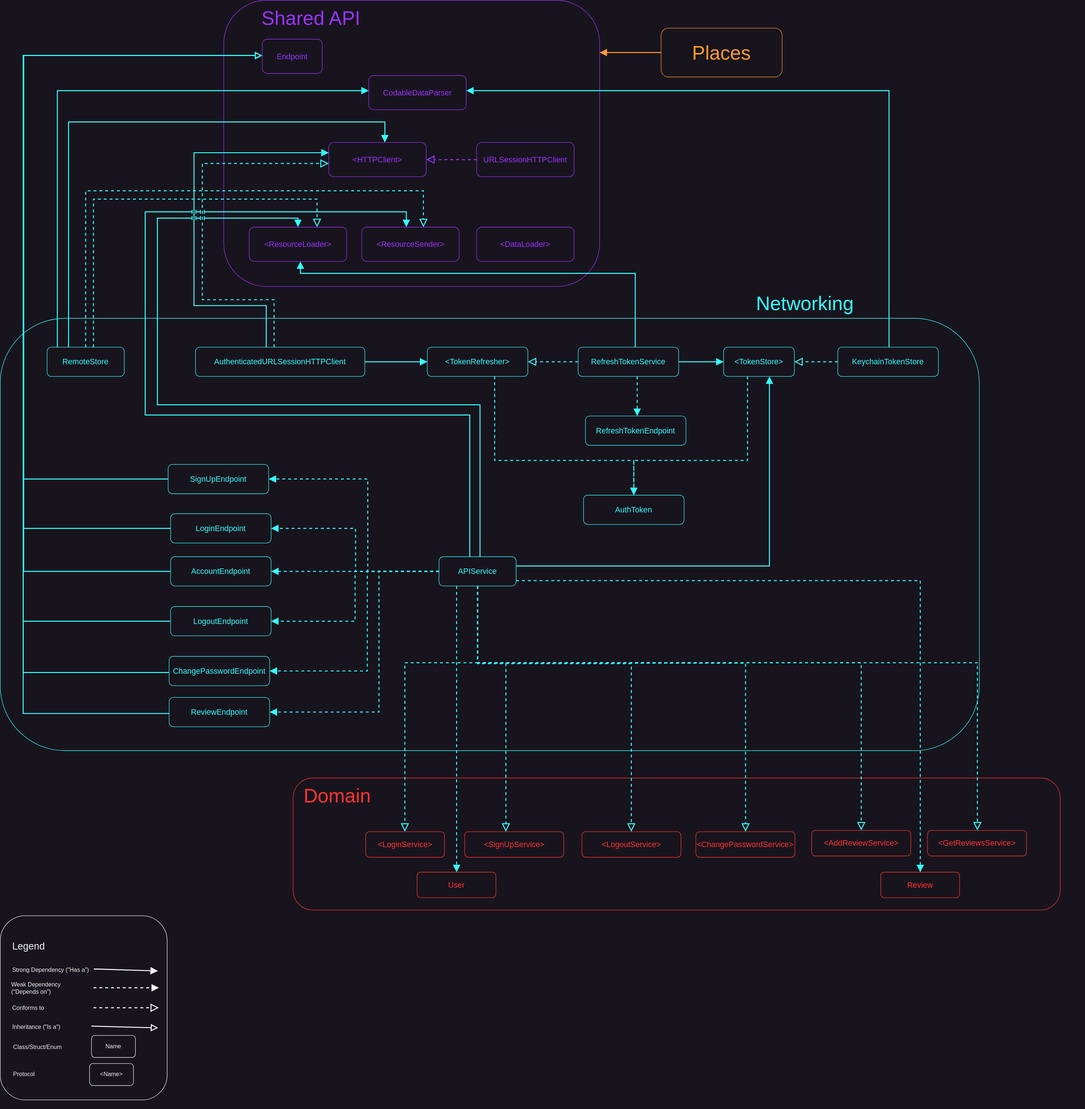
Earlier version of the draw.io export Diagrams/Networking.svg (marian-stanciulica/Foodybite). Source tidied: cells renumbered, new cells last; positions are measured from the earlier drawing's top-left corner, leaving out a move shared by most shapes.
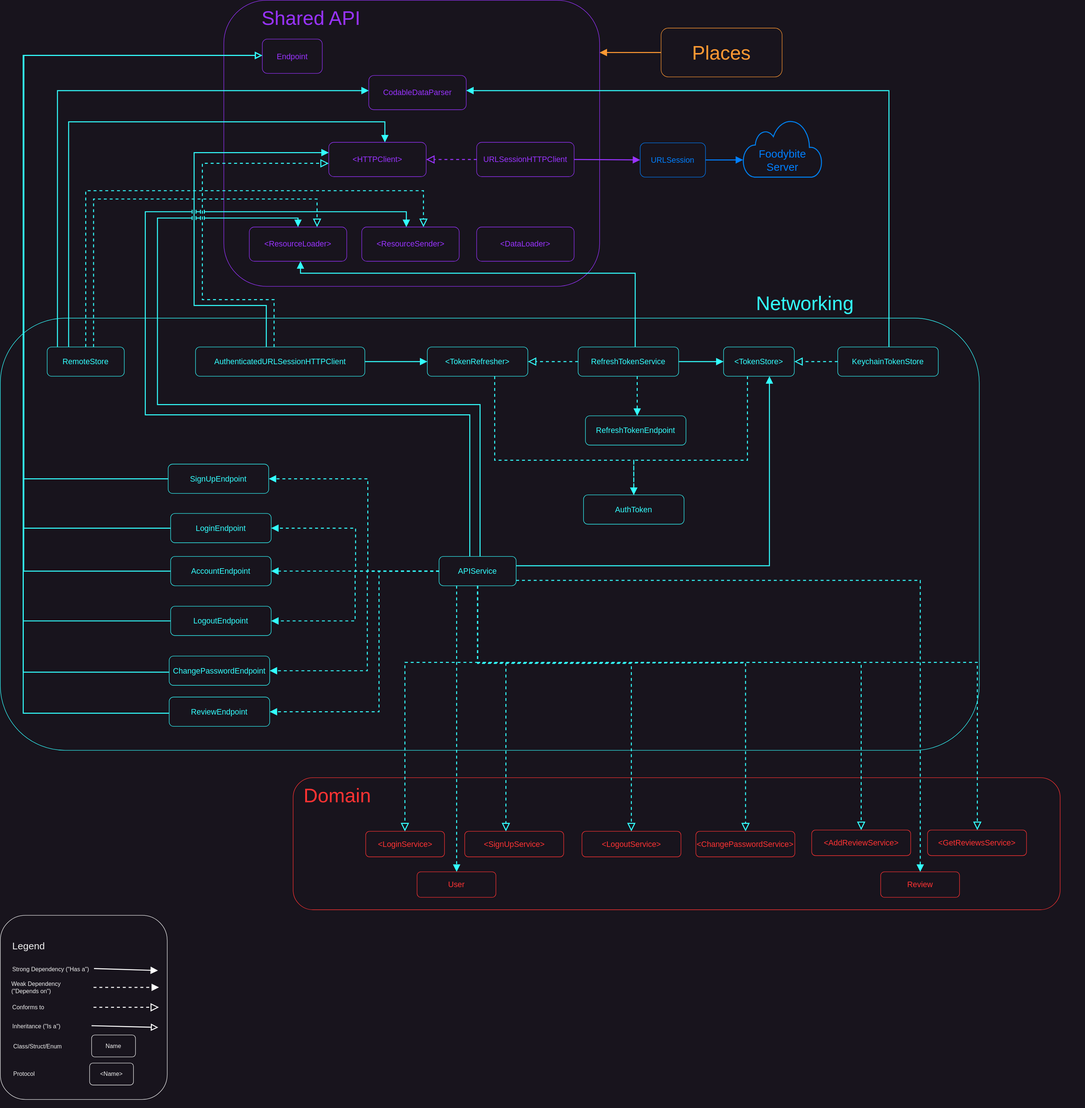
After the commit.

Commit message:
Updated diagrams for netwotking and places

The edit, as a diff of the source:
```diff
@@ -467,5 +467,22 @@
         <mxPoint x="325.1" y="147.5" as="targetPoint" />
       </mxGeometry>
     </mxCell>
+    <mxCell id="96" style="html=1;verticalLabelPosition=bottom;align=center;labelBackgroundColor=#ffffff;verticalAlign=top;strokeWidth=2;strokeColor=#0080F0;shadow=0;dashed=0;shape=mxgraph.ios7.icons.cloud;fontFamily=Helvetica;fontSize=11;fontColor=#FF8000;" parent="1" vertex="1">
+      <mxGeometry x="1522" y="244.2" width="162" height="118" as="geometry" />
+    </mxCell>
+    <mxCell id="97" style="edgeStyle=orthogonalEdgeStyle;shape=connector;rounded=0;jumpStyle=line;jettySize=auto;html=1;labelBackgroundColor=default;strokeColor=#007FFF;strokeWidth=2;fontFamily=Helvetica;fontSize=11;fontColor=#007FFF;endArrow=block;endFill=1;endSize=10;fillColor=#f0a30a;" parent="1" edge="1" source="98">
+      <mxGeometry relative="1" as="geometry">
+        <mxPoint x="1522" y="327" as="targetPoint" />
+      </mxGeometry>
+    </mxCell>
+    <mxCell id="98" value="URLSession" style="rounded=1;whiteSpace=wrap;html=1;fontSize=16;fontColor=#007FFF;strokeColor=#007FFF;" parent="1" vertex="1">
+      <mxGeometry x="1311.2" y="292" width="133.8" height="70.2" as="geometry" />
+    </mxCell>
+    <mxCell id="99" style="edgeStyle=orthogonalEdgeStyle;shape=connector;rounded=0;jumpStyle=line;jettySize=auto;html=1;labelBackgroundColor=default;strokeColor=#9933FF;strokeWidth=2;fontFamily=Helvetica;fontSize=11;fontColor=#FF8000;endArrow=block;endFill=1;endSize=10;fillColor=#f0a30a;" parent="1" edge="1" source="20" target="98">
+      <mxGeometry relative="1" as="geometry" />
+    </mxCell>
+    <mxCell id="100" value="Foodybite&lt;br style=&quot;font-size: 22px;&quot;&gt;Server" style="text;html=1;strokeColor=none;fillColor=none;align=center;verticalAlign=middle;whiteSpace=wrap;rounded=0;fontSize=22;fontFamily=Helvetica;fontColor=#007FFF;" parent="1" vertex="1">
+      <mxGeometry x="1547" y="296.2" width="112" height="66" as="geometry" />
+    </mxCell>
   </root>
 </mxGraphModel>
```
